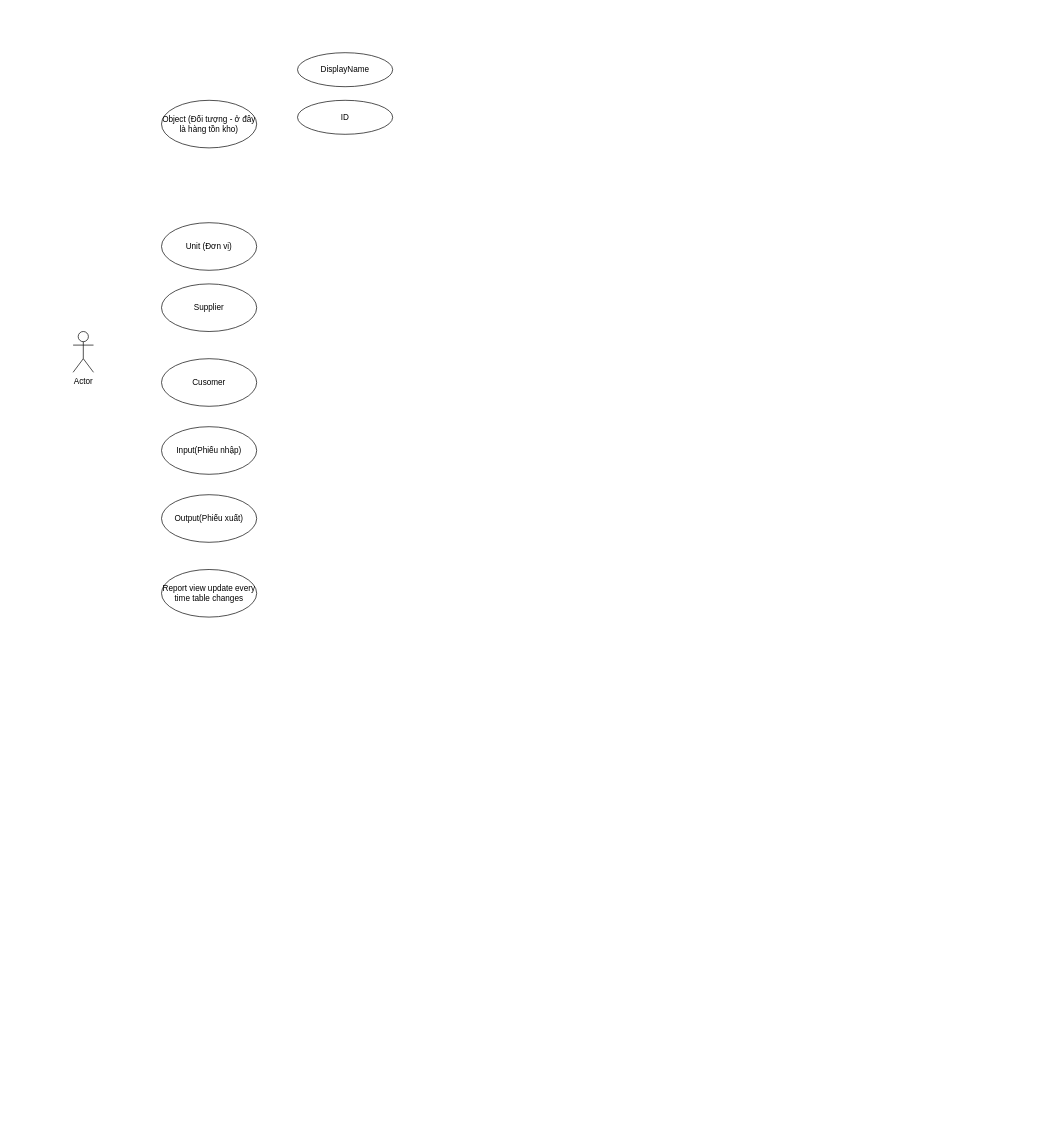
Above: Design/Product Design.drawio in DadD99/WareHouseManagement (draw.io), before the change. Source tidied: cells renumbered, new cells numbered last; positions are measured from the earlier drawing's top-left corner, leaving out a move shared by most shapes. Both pictures are drawn from the tidied source at 68%, with x=0, y=0 at pixel (73, 52).
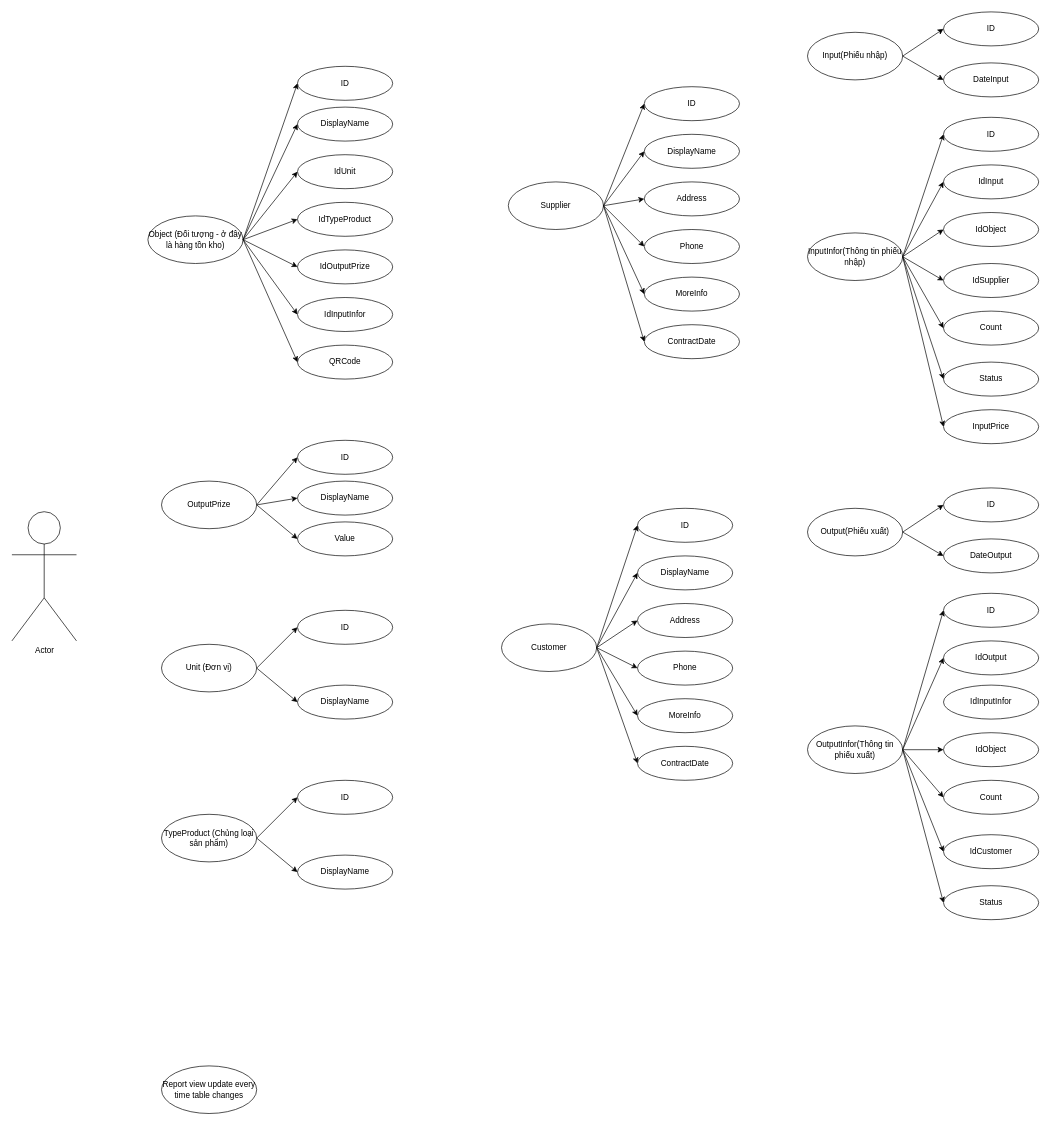
The same diagram, later.

Commit message (it also covers changes not shown here):
Finish Draft Design

The edit, as a diff of the source:
```diff
@@
     <mxCell id="2" value="Actor" style="shape=umlActor;verticalLabelPosition=bottom;verticalAlign=top;html=1;" parent="1" vertex="1">
-      <mxGeometry y="410" width="30" height="60" as="geometry" />
+      <mxGeometry x="-90" y="675" width="95" height="190" as="geometry" />
     </mxCell>
     <mxCell id="3" value="Object (Đối tượng - ở đây là hàng tồn kho)" style="ellipse;whiteSpace=wrap;html=1;" parent="1" vertex="1">
-      <mxGeometry x="130" y="70" width="140" height="70" as="geometry" />
+      <mxGeometry x="110" y="240" width="140" height="70" as="geometry" />
     </mxCell>
     <mxCell id="4" value="Unit (Đơn vị)" style="ellipse;whiteSpace=wrap;html=1;" parent="1" vertex="1">
-      <mxGeometry x="130" y="250" width="140" height="70" as="geometry" />
+      <mxGeometry x="130" y="870" width="140" height="70" as="geometry" />
     </mxCell>
     <mxCell id="5" value="Supplier" style="ellipse;whiteSpace=wrap;html=1;" parent="1" vertex="1">
-      <mxGeometry x="130" y="340" width="140" height="70" as="geometry" />
+      <mxGeometry x="640" y="190" width="140" height="70" as="geometry" />
     </mxCell>
-    <mxCell id="6" value="Cusomer" style="ellipse;whiteSpace=wrap;html=1;" parent="1" vertex="1">
-      <mxGeometry x="130" y="450" width="140" height="70" as="geometry" />
-    </mxCell>
     <mxCell id="7" value="Input(Phiếu nhập)" style="ellipse;whiteSpace=wrap;html=1;" parent="1" vertex="1">
-      <mxGeometry x="130" y="550" width="140" height="70" as="geometry" />
+      <mxGeometry x="1080" y="-30" width="140" height="70" as="geometry" />
     </mxCell>
-    <mxCell id="8" value="Output(Phiếu xuất)" style="ellipse;whiteSpace=wrap;html=1;" parent="1" vertex="1">
-      <mxGeometry x="130" y="650" width="140" height="70" as="geometry" />
-    </mxCell>
     <mxCell id="9" value="Report view update every time table changes" style="ellipse;whiteSpace=wrap;html=1;" parent="1" vertex="1">
-      <mxGeometry x="130" y="760" width="140" height="70" as="geometry" />
+      <mxGeometry x="130" y="1490" width="140" height="70" as="geometry" />
     </mxCell>
     <mxCell id="10" value="DisplayName" style="ellipse;whiteSpace=wrap;html=1;" parent="1" vertex="1">
-      <mxGeometry x="330" width="140" height="50" as="geometry" />
+      <mxGeometry x="330" y="80" width="140" height="50" as="geometry" />
     </mxCell>
     <mxCell id="11" value="ID" style="ellipse;whiteSpace=wrap;html=1;" parent="1" vertex="1">
-      <mxGeometry x="330" y="70" width="140" height="50" as="geometry" />
+      <mxGeometry x="330" y="20" width="140" height="50" as="geometry" />
     </mxCell>
+    <mxCell id="12" style="endArrow=classic;html=1;rounded=0;fontSize=17;exitX=1;exitY=0.5;exitDx=0;exitDy=0;entryX=0;entryY=0.5;entryDx=0;entryDy=0;" parent="1" edge="1" source="3" target="11">
+      <mxGeometry relative="1" as="geometry" />
+    </mxCell>
+    <mxCell id="13" style="endArrow=classic;html=1;rounded=0;fontSize=17;exitX=1;exitY=0.5;exitDx=0;exitDy=0;entryX=0;entryY=0.5;entryDx=0;entryDy=0;" parent="1" edge="1" source="3" target="10">
+      <mxGeometry relative="1" as="geometry" />
+    </mxCell>
+    <mxCell id="14" value="IdObject" style="ellipse;whiteSpace=wrap;html=1;" parent="1" vertex="1">
+      <mxGeometry x="1280" y="235" width="140" height="50" as="geometry" />
+    </mxCell>
+    <mxCell id="15" value="IdUnit" style="ellipse;whiteSpace=wrap;html=1;" parent="1" vertex="1">
+      <mxGeometry x="330" y="150" width="140" height="50" as="geometry" />
+    </mxCell>
+    <mxCell id="16" value="ID" style="ellipse;whiteSpace=wrap;html=1;" parent="1" vertex="1">
+      <mxGeometry x="330" y="820" width="140" height="50" as="geometry" />
+    </mxCell>
+    <mxCell id="17" value="DisplayName" style="ellipse;whiteSpace=wrap;html=1;" parent="1" vertex="1">
+      <mxGeometry x="330" y="930" width="140" height="50" as="geometry" />
+    </mxCell>
+    <mxCell id="18" style="endArrow=classic;html=1;rounded=0;fontSize=17;exitX=1;exitY=0.5;exitDx=0;exitDy=0;entryX=0;entryY=0.5;entryDx=0;entryDy=0;" parent="1" edge="1" source="4" target="17">
+      <mxGeometry relative="1" as="geometry" />
+    </mxCell>
+    <mxCell id="19" style="endArrow=classic;html=1;rounded=0;fontSize=17;exitX=1;exitY=0.5;exitDx=0;exitDy=0;entryX=0;entryY=0.5;entryDx=0;entryDy=0;" parent="1" edge="1" source="4" target="16">
+      <mxGeometry relative="1" as="geometry" />
+    </mxCell>
+    <mxCell id="20" value="ID" style="ellipse;whiteSpace=wrap;html=1;" parent="1" vertex="1">
+      <mxGeometry x="840" y="50" width="140" height="50" as="geometry" />
+    </mxCell>
+    <mxCell id="21" style="endArrow=classic;html=1;rounded=0;fontSize=17;exitX=1;exitY=0.5;exitDx=0;exitDy=0;entryX=0;entryY=0.5;entryDx=0;entryDy=0;" parent="1" edge="1" source="5" target="20">
+      <mxGeometry relative="1" as="geometry" />
+    </mxCell>
+    <mxCell id="22" value="DisplayName" style="ellipse;whiteSpace=wrap;html=1;" parent="1" vertex="1">
+      <mxGeometry x="840" y="120" width="140" height="50" as="geometry" />
+    </mxCell>
+    <mxCell id="23" value="Address" style="ellipse;whiteSpace=wrap;html=1;" parent="1" vertex="1">
+      <mxGeometry x="840" y="190" width="140" height="50" as="geometry" />
+    </mxCell>
+    <mxCell id="24" value="Phone" style="ellipse;whiteSpace=wrap;html=1;" parent="1" vertex="1">
+      <mxGeometry x="840" y="260" width="140" height="50" as="geometry" />
+    </mxCell>
+    <mxCell id="25" value="MoreInfo" style="ellipse;whiteSpace=wrap;html=1;" parent="1" vertex="1">
+      <mxGeometry x="840" y="330" width="140" height="50" as="geometry" />
+    </mxCell>
+    <mxCell id="26" value="ContractDate" style="ellipse;whiteSpace=wrap;html=1;" parent="1" vertex="1">
+      <mxGeometry x="840" y="400" width="140" height="50" as="geometry" />
+    </mxCell>
+    <mxCell id="27" style="endArrow=classic;html=1;rounded=0;fontSize=17;exitX=1;exitY=0.5;exitDx=0;exitDy=0;entryX=0;entryY=0.5;entryDx=0;entryDy=0;" parent="1" edge="1" source="5" target="22">
+      <mxGeometry relative="1" as="geometry" />
+    </mxCell>
+    <mxCell id="28" style="endArrow=classic;html=1;rounded=0;fontSize=17;exitX=1;exitY=0.5;exitDx=0;exitDy=0;entryX=0;entryY=0.5;entryDx=0;entryDy=0;" parent="1" edge="1" source="5" target="23">
+      <mxGeometry relative="1" as="geometry" />
+    </mxCell>
+    <mxCell id="29" style="endArrow=classic;html=1;rounded=0;fontSize=17;exitX=1;exitY=0.5;exitDx=0;exitDy=0;entryX=0;entryY=0.5;entryDx=0;entryDy=0;" parent="1" edge="1" source="5" target="24">
+      <mxGeometry relative="1" as="geometry" />
+    </mxCell>
+    <mxCell id="30" style="endArrow=classic;html=1;rounded=0;fontSize=17;exitX=1;exitY=0.5;exitDx=0;exitDy=0;entryX=0;entryY=0.5;entryDx=0;entryDy=0;" parent="1" edge="1" source="5" target="25">
+      <mxGeometry relative="1" as="geometry" />
+    </mxCell>
+    <mxCell id="31" style="endArrow=classic;html=1;rounded=0;fontSize=17;exitX=1;exitY=0.5;exitDx=0;exitDy=0;entryX=0;entryY=0.5;entryDx=0;entryDy=0;" parent="1" edge="1" source="5" target="26">
+      <mxGeometry relative="1" as="geometry" />
+    </mxCell>
+    <mxCell id="32" value="IdTypeProduct" style="ellipse;whiteSpace=wrap;html=1;" parent="1" vertex="1">
+      <mxGeometry x="330" y="220" width="140" height="50" as="geometry" />
+    </mxCell>
+    <mxCell id="33" style="endArrow=classic;html=1;rounded=0;fontSize=17;exitX=1;exitY=0.5;exitDx=0;exitDy=0;entryX=0;entryY=0.5;entryDx=0;entryDy=0;" parent="1" edge="1" source="3" target="15">
+      <mxGeometry relative="1" as="geometry" />
+    </mxCell>
+    <mxCell id="34" style="endArrow=classic;html=1;rounded=0;fontSize=17;exitX=1;exitY=0.5;exitDx=0;exitDy=0;entryX=0;entryY=0.5;entryDx=0;entryDy=0;" parent="1" edge="1" source="3" target="32">
+      <mxGeometry relative="1" as="geometry" />
+    </mxCell>
+    <mxCell id="35" value="TypeProduct (Chủng loại sản phẩm)" style="ellipse;whiteSpace=wrap;html=1;" parent="1" vertex="1">
+      <mxGeometry x="130" y="1120" width="140" height="70" as="geometry" />
+    </mxCell>
+    <mxCell id="36" value="ID" style="ellipse;whiteSpace=wrap;html=1;" parent="1" vertex="1">
+      <mxGeometry x="330" y="1070" width="140" height="50" as="geometry" />
+    </mxCell>
+    <mxCell id="37" value="DisplayName" style="ellipse;whiteSpace=wrap;html=1;" parent="1" vertex="1">
+      <mxGeometry x="330" y="1180" width="140" height="50" as="geometry" />
+    </mxCell>
+    <mxCell id="38" style="endArrow=classic;html=1;rounded=0;fontSize=17;exitX=1;exitY=0.5;exitDx=0;exitDy=0;entryX=0;entryY=0.5;entryDx=0;entryDy=0;" parent="1" edge="1" source="35" target="37">
+      <mxGeometry relative="1" as="geometry" />
+    </mxCell>
+    <mxCell id="39" style="endArrow=classic;html=1;rounded=0;fontSize=17;exitX=1;exitY=0.5;exitDx=0;exitDy=0;entryX=0;entryY=0.5;entryDx=0;entryDy=0;" parent="1" edge="1" source="35" target="36">
+      <mxGeometry relative="1" as="geometry" />
+    </mxCell>
+    <mxCell id="40" value="Customer" style="ellipse;whiteSpace=wrap;html=1;" parent="1" vertex="1">
+      <mxGeometry x="630" y="840" width="140" height="70" as="geometry" />
+    </mxCell>
+    <mxCell id="41" value="ID" style="ellipse;whiteSpace=wrap;html=1;" parent="1" vertex="1">
+      <mxGeometry x="830" y="670" width="140" height="50" as="geometry" />
+    </mxCell>
+    <mxCell id="42" style="endArrow=classic;html=1;rounded=0;fontSize=17;exitX=1;exitY=0.5;exitDx=0;exitDy=0;entryX=0;entryY=0.5;entryDx=0;entryDy=0;" parent="1" edge="1" source="40" target="41">
+      <mxGeometry relative="1" as="geometry" />
+    </mxCell>
+    <mxCell id="43" value="DisplayName" style="ellipse;whiteSpace=wrap;html=1;" parent="1" vertex="1">
+      <mxGeometry x="830" y="740" width="140" height="50" as="geometry" />
+    </mxCell>
+    <mxCell id="44" value="Address" style="ellipse;whiteSpace=wrap;html=1;" parent="1" vertex="1">
+      <mxGeometry x="830" y="810" width="140" height="50" as="geometry" />
+    </mxCell>
+    <mxCell id="45" value="Phone" style="ellipse;whiteSpace=wrap;html=1;" parent="1" vertex="1">
+      <mxGeometry x="830" y="880" width="140" height="50" as="geometry" />
+    </mxCell>
+    <mxCell id="46" value="MoreInfo" style="ellipse;whiteSpace=wrap;html=1;" parent="1" vertex="1">
+      <mxGeometry x="830" y="950" width="140" height="50" as="geometry" />
+    </mxCell>
+    <mxCell id="47" value="ContractDate" style="ellipse;whiteSpace=wrap;html=1;" parent="1" vertex="1">
+      <mxGeometry x="830" y="1020" width="140" height="50" as="geometry" />
+    </mxCell>
+    <mxCell id="48" style="endArrow=classic;html=1;rounded=0;fontSize=17;exitX=1;exitY=0.5;exitDx=0;exitDy=0;entryX=0;entryY=0.5;entryDx=0;entryDy=0;" parent="1" edge="1" source="40" target="43">
+      <mxGeometry relative="1" as="geometry" />
+    </mxCell>
+    <mxCell id="49" style="endArrow=classic;html=1;rounded=0;fontSize=17;exitX=1;exitY=0.5;exitDx=0;exitDy=0;entryX=0;entryY=0.5;entryDx=0;entryDy=0;" parent="1" edge="1" source="40" target="44">
+      <mxGeometry relative="1" as="geometry" />
+    </mxCell>
+    <mxCell id="50" style="endArrow=classic;html=1;rounded=0;fontSize=17;exitX=1;exitY=0.5;exitDx=0;exitDy=0;entryX=0;entryY=0.5;entryDx=0;entryDy=0;" parent="1" edge="1" source="40" target="45">
+      <mxGeometry relative="1" as="geometry" />
+    </mxCell>
+    <mxCell id="51" style="endArrow=classic;html=1;rounded=0;fontSize=17;exitX=1;exitY=0.5;exitDx=0;exitDy=0;entryX=0;entryY=0.5;entryDx=0;entryDy=0;" parent="1" edge="1" source="40" target="46">
+      <mxGeometry relative="1" as="geometry" />
+    </mxCell>
+    <mxCell id="52" style="endArrow=classic;html=1;rounded=0;fontSize=17;exitX=1;exitY=0.5;exitDx=0;exitDy=0;entryX=0;entryY=0.5;entryDx=0;entryDy=0;" parent="1" edge="1" source="40" target="47">
+      <mxGeometry relative="1" as="geometry" />
+    </mxCell>
+    <mxCell id="53" value="ID" style="ellipse;whiteSpace=wrap;html=1;" parent="1" vertex="1">
+      <mxGeometry x="1280" y="-60" width="140" height="50" as="geometry" />
+    </mxCell>
+    <mxCell id="54" value="IdSupplier" style="ellipse;whiteSpace=wrap;html=1;" parent="1" vertex="1">
+      <mxGeometry x="1280" y="310" width="140" height="50" as="geometry" />
+    </mxCell>
+    <mxCell id="55" value="Count" style="ellipse;whiteSpace=wrap;html=1;" parent="1" vertex="1">
+      <mxGeometry x="1280" y="380" width="140" height="50" as="geometry" />
+    </mxCell>
+    <mxCell id="56" value="InputPrice" style="ellipse;whiteSpace=wrap;html=1;" parent="1" vertex="1">
+      <mxGeometry x="1280" y="525" width="140" height="50" as="geometry" />
+    </mxCell>
+    <mxCell id="57" value="DateInput" style="ellipse;whiteSpace=wrap;html=1;" parent="1" vertex="1">
+      <mxGeometry x="1280" y="15" width="140" height="50" as="geometry" />
+    </mxCell>
+    <mxCell id="58" value="InputInfor(Thông tin phiếu nhập)" style="ellipse;whiteSpace=wrap;html=1;" parent="1" vertex="1">
+      <mxGeometry x="1080" y="265" width="140" height="70" as="geometry" />
+    </mxCell>
+    <mxCell id="59" style="endArrow=classic;html=1;rounded=0;fontSize=17;exitX=1;exitY=0.5;exitDx=0;exitDy=0;entryX=0;entryY=0.5;entryDx=0;entryDy=0;" parent="1" edge="1" source="7" target="53">
+      <mxGeometry relative="1" as="geometry" />
+    </mxCell>
+    <mxCell id="60" style="endArrow=classic;html=1;rounded=0;fontSize=17;exitX=1;exitY=0.5;exitDx=0;exitDy=0;entryX=0;entryY=0.5;entryDx=0;entryDy=0;" parent="1" edge="1" source="7" target="57">
+      <mxGeometry relative="1" as="geometry" />
+    </mxCell>
+    <mxCell id="61" value="ID" style="ellipse;whiteSpace=wrap;html=1;" parent="1" vertex="1">
+      <mxGeometry x="1280" y="95" width="140" height="50" as="geometry" />
+    </mxCell>
+    <mxCell id="62" value="IdInput" style="ellipse;whiteSpace=wrap;html=1;" parent="1" vertex="1">
+      <mxGeometry x="1280" y="165" width="140" height="50" as="geometry" />
+    </mxCell>
+    <mxCell id="63" style="endArrow=classic;html=1;rounded=0;fontSize=17;exitX=1;exitY=0.5;exitDx=0;exitDy=0;entryX=0;entryY=0.5;entryDx=0;entryDy=0;" parent="1" edge="1" source="58" target="61">
+      <mxGeometry relative="1" as="geometry" />
+    </mxCell>
+    <mxCell id="64" style="endArrow=classic;html=1;rounded=0;fontSize=17;exitX=1;exitY=0.5;exitDx=0;exitDy=0;entryX=0;entryY=0.5;entryDx=0;entryDy=0;" parent="1" edge="1" source="58" target="62">
+      <mxGeometry relative="1" as="geometry" />
+    </mxCell>
+    <mxCell id="65" style="endArrow=classic;html=1;rounded=0;fontSize=17;exitX=1;exitY=0.5;exitDx=0;exitDy=0;entryX=0;entryY=0.5;entryDx=0;entryDy=0;" parent="1" edge="1" source="58" target="14">
+      <mxGeometry relative="1" as="geometry" />
+    </mxCell>
+    <mxCell id="66" style="endArrow=classic;html=1;rounded=0;fontSize=17;exitX=1;exitY=0.5;exitDx=0;exitDy=0;entryX=0;entryY=0.5;entryDx=0;entryDy=0;" parent="1" edge="1" source="58" target="54">
+      <mxGeometry relative="1" as="geometry" />
+    </mxCell>
+    <mxCell id="67" style="endArrow=classic;html=1;rounded=0;fontSize=17;exitX=1;exitY=0.5;exitDx=0;exitDy=0;entryX=0;entryY=0.5;entryDx=0;entryDy=0;" parent="1" edge="1" source="58" target="55">
+      <mxGeometry relative="1" as="geometry" />
+    </mxCell>
+    <mxCell id="68" style="endArrow=classic;html=1;rounded=0;fontSize=17;exitX=1;exitY=0.5;exitDx=0;exitDy=0;entryX=0;entryY=0.5;entryDx=0;entryDy=0;" parent="1" edge="1" source="58" target="56">
+      <mxGeometry relative="1" as="geometry" />
+    </mxCell>
+    <mxCell id="69" value="Status" style="ellipse;whiteSpace=wrap;html=1;" parent="1" vertex="1">
+      <mxGeometry x="1280" y="455" width="140" height="50" as="geometry" />
+    </mxCell>
+    <mxCell id="70" style="endArrow=classic;html=1;rounded=0;fontSize=17;exitX=1;exitY=0.5;exitDx=0;exitDy=0;entryX=0;entryY=0.5;entryDx=0;entryDy=0;" parent="1" edge="1" source="58" target="69">
+      <mxGeometry relative="1" as="geometry" />
+    </mxCell>
+    <mxCell id="8" value="Output(Phiếu xuất)" style="ellipse;whiteSpace=wrap;html=1;" parent="1" vertex="1">
+      <mxGeometry x="1080" y="670" width="140" height="70" as="geometry" />
+    </mxCell>
+    <mxCell id="71" value="IdObject" style="ellipse;whiteSpace=wrap;html=1;" parent="1" vertex="1">
+      <mxGeometry x="1280" y="1000" width="140" height="50" as="geometry" />
+    </mxCell>
+    <mxCell id="72" value="ID" style="ellipse;whiteSpace=wrap;html=1;" parent="1" vertex="1">
+      <mxGeometry x="1280" y="640" width="140" height="50" as="geometry" />
+    </mxCell>
+    <mxCell id="73" value="Count" style="ellipse;whiteSpace=wrap;html=1;" parent="1" vertex="1">
+      <mxGeometry x="1280" y="1070" width="140" height="50" as="geometry" />
+    </mxCell>
+    <mxCell id="74" value="Status" style="ellipse;whiteSpace=wrap;html=1;" parent="1" vertex="1">
+      <mxGeometry x="1280" y="1225" width="140" height="50" as="geometry" />
+    </mxCell>
+    <mxCell id="75" value="DateOutput" style="ellipse;whiteSpace=wrap;html=1;" parent="1" vertex="1">
+      <mxGeometry x="1280" y="715" width="140" height="50" as="geometry" />
+    </mxCell>
+    <mxCell id="76" value="OutputInfor(Thông tin phiếu xuất)" style="ellipse;whiteSpace=wrap;html=1;" parent="1" vertex="1">
+      <mxGeometry x="1080" y="990" width="140" height="70" as="geometry" />
+    </mxCell>
+    <mxCell id="77" style="endArrow=classic;html=1;rounded=0;fontSize=17;exitX=1;exitY=0.5;exitDx=0;exitDy=0;entryX=0;entryY=0.5;entryDx=0;entryDy=0;" parent="1" edge="1" source="8" target="72">
+      <mxGeometry relative="1" as="geometry" />
+    </mxCell>
+    <mxCell id="78" style="endArrow=classic;html=1;rounded=0;fontSize=17;exitX=1;exitY=0.5;exitDx=0;exitDy=0;entryX=0;entryY=0.5;entryDx=0;entryDy=0;" parent="1" edge="1" source="8" target="75">
+      <mxGeometry relative="1" as="geometry" />
+    </mxCell>
+    <mxCell id="79" value="ID" style="ellipse;whiteSpace=wrap;html=1;" parent="1" vertex="1">
+      <mxGeometry x="1280" y="795" width="140" height="50" as="geometry" />
+    </mxCell>
+    <mxCell id="80" value="IdOutput" style="ellipse;whiteSpace=wrap;html=1;" parent="1" vertex="1">
+      <mxGeometry x="1280" y="865" width="140" height="50" as="geometry" />
+    </mxCell>
+    <mxCell id="81" style="endArrow=classic;html=1;rounded=0;fontSize=17;exitX=1;exitY=0.5;exitDx=0;exitDy=0;entryX=0;entryY=0.5;entryDx=0;entryDy=0;" parent="1" edge="1" source="76" target="79">
+      <mxGeometry relative="1" as="geometry" />
+    </mxCell>
+    <mxCell id="82" style="endArrow=classic;html=1;rounded=0;fontSize=17;exitX=1;exitY=0.5;exitDx=0;exitDy=0;entryX=0;entryY=0.5;entryDx=0;entryDy=0;" parent="1" edge="1" source="76" target="80">
+      <mxGeometry relative="1" as="geometry" />
+    </mxCell>
+    <mxCell id="83" style="endArrow=classic;html=1;rounded=0;fontSize=17;exitX=1;exitY=0.5;exitDx=0;exitDy=0;entryX=0;entryY=0.5;entryDx=0;entryDy=0;" parent="1" edge="1" source="76" target="71">
+      <mxGeometry relative="1" as="geometry" />
+    </mxCell>
+    <mxCell id="84" style="endArrow=classic;html=1;rounded=0;fontSize=17;exitX=1;exitY=0.5;exitDx=0;exitDy=0;entryX=0;entryY=0.5;entryDx=0;entryDy=0;" parent="1" edge="1" source="76" target="73">
+      <mxGeometry relative="1" as="geometry" />
+    </mxCell>
+    <mxCell id="85" value="IdCustomer" style="ellipse;whiteSpace=wrap;html=1;" parent="1" vertex="1">
+      <mxGeometry x="1280" y="1150" width="140" height="50" as="geometry" />
+    </mxCell>
+    <mxCell id="86" style="endArrow=classic;html=1;rounded=0;fontSize=17;exitX=1;exitY=0.5;exitDx=0;exitDy=0;entryX=0;entryY=0.5;entryDx=0;entryDy=0;" parent="1" edge="1" source="76" target="74">
+      <mxGeometry relative="1" as="geometry" />
+    </mxCell>
+    <mxCell id="87" value="OutputPrize" style="ellipse;whiteSpace=wrap;html=1;" parent="1" vertex="1">
+      <mxGeometry x="130" y="630" width="140" height="70" as="geometry" />
+    </mxCell>
+    <mxCell id="88" value="ID" style="ellipse;whiteSpace=wrap;html=1;" parent="1" vertex="1">
+      <mxGeometry x="330" y="570" width="140" height="50" as="geometry" />
+    </mxCell>
+    <mxCell id="89" value="DisplayName" style="ellipse;whiteSpace=wrap;html=1;" parent="1" vertex="1">
+      <mxGeometry x="330" y="630" width="140" height="50" as="geometry" />
+    </mxCell>
+    <mxCell id="90" value="Value" style="ellipse;whiteSpace=wrap;html=1;" parent="1" vertex="1">
+      <mxGeometry x="330" y="690" width="140" height="50" as="geometry" />
+    </mxCell>
+    <mxCell id="91" style="endArrow=classic;html=1;rounded=0;fontSize=17;exitX=1;exitY=0.5;exitDx=0;exitDy=0;entryX=0;entryY=0.5;entryDx=0;entryDy=0;" parent="1" edge="1" source="87" target="88">
+      <mxGeometry relative="1" as="geometry" />
+    </mxCell>
+    <mxCell id="92" style="endArrow=classic;html=1;rounded=0;fontSize=17;exitX=1;exitY=0.5;exitDx=0;exitDy=0;entryX=0;entryY=0.5;entryDx=0;entryDy=0;" parent="1" edge="1" source="87" target="89">
+      <mxGeometry relative="1" as="geometry" />
+    </mxCell>
+    <mxCell id="93" style="endArrow=classic;html=1;rounded=0;fontSize=17;exitX=1;exitY=0.5;exitDx=0;exitDy=0;entryX=0;entryY=0.5;entryDx=0;entryDy=0;" parent="1" edge="1" source="87" target="90">
+      <mxGeometry relative="1" as="geometry" />
+    </mxCell>
+    <mxCell id="94" value="IdOutputPrize" style="ellipse;whiteSpace=wrap;html=1;" parent="1" vertex="1">
+      <mxGeometry x="330" y="290" width="140" height="50" as="geometry" />
+    </mxCell>
+    <mxCell id="95" style="endArrow=classic;html=1;rounded=0;fontSize=17;exitX=1;exitY=0.5;exitDx=0;exitDy=0;entryX=0;entryY=0.5;entryDx=0;entryDy=0;" parent="1" edge="1" source="3" target="100">
+      <mxGeometry relative="1" as="geometry" />
+    </mxCell>
+    <mxCell id="96" value="QRCode" style="ellipse;whiteSpace=wrap;html=1;" parent="1" vertex="1">
+      <mxGeometry x="330" y="430" width="140" height="50" as="geometry" />
+    </mxCell>
+    <mxCell id="97" style="endArrow=classic;html=1;rounded=0;fontSize=17;exitX=1;exitY=0.5;exitDx=0;exitDy=0;entryX=0;entryY=0.5;entryDx=0;entryDy=0;" parent="1" edge="1" source="3" target="96">
+      <mxGeometry relative="1" as="geometry" />
+    </mxCell>
+    <mxCell id="98" value="IdInputInfor" style="ellipse;whiteSpace=wrap;html=1;" parent="1" vertex="1">
+      <mxGeometry x="1280" y="930" width="140" height="50" as="geometry" />
+    </mxCell>
+    <mxCell id="99" style="endArrow=classic;html=1;rounded=0;fontSize=17;exitX=1;exitY=0.5;exitDx=0;exitDy=0;entryX=0;entryY=0.5;entryDx=0;entryDy=0;" parent="1" edge="1" source="76" target="85">
+      <mxGeometry relative="1" as="geometry" />
+    </mxCell>
+    <mxCell id="100" value="IdInputInfor" style="ellipse;whiteSpace=wrap;html=1;" parent="1" vertex="1">
+      <mxGeometry x="330" y="360" width="140" height="50" as="geometry" />
+    </mxCell>
+    <mxCell id="101" style="endArrow=classic;html=1;rounded=0;fontSize=17;exitX=1;exitY=0.5;exitDx=0;exitDy=0;entryX=0;entryY=0.5;entryDx=0;entryDy=0;" parent="1" edge="1" source="3" target="94">
+      <mxGeometry relative="1" as="geometry" />
+    </mxCell>
```
